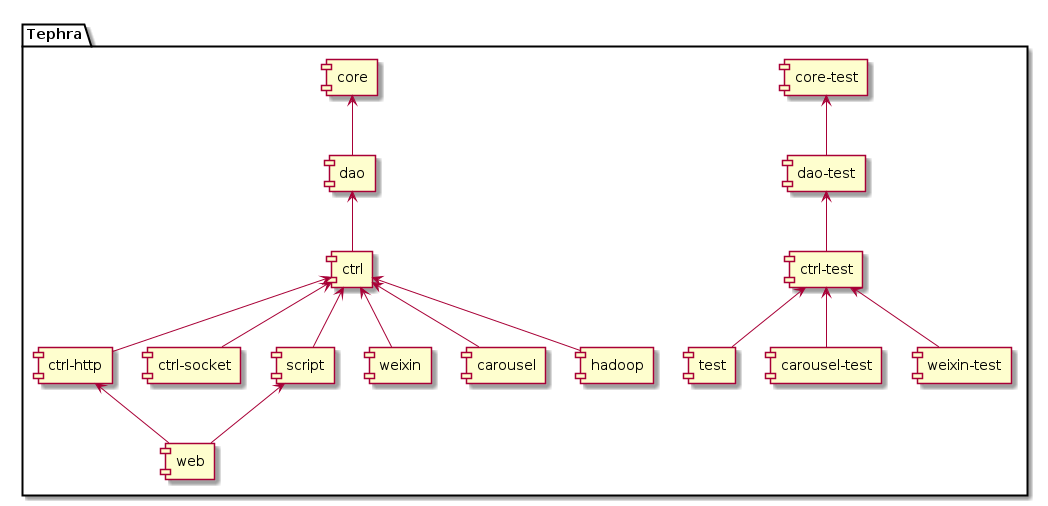
The PlantUML diagram doc/uml/front/first/module.png in wangscript007/tephra, before a commit.
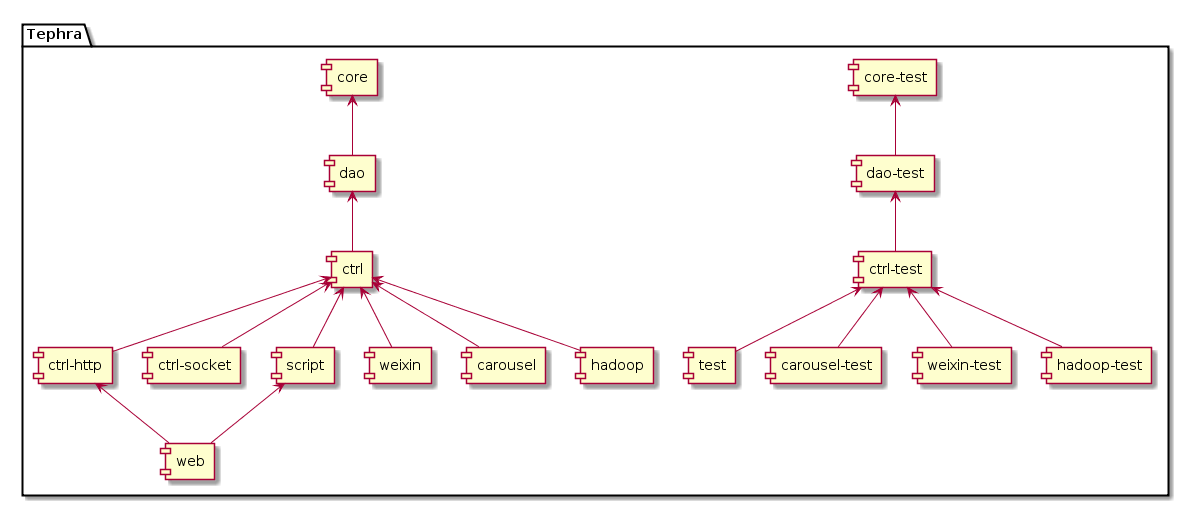
The same diagram one commit later.

The edit, as a diff of the source:
```diff
@@ -6,6 +6,7 @@
 [ctrl-test] <-- [test]
 [ctrl-test] <-- [carousel-test]
 [ctrl-test] <-- [weixin-test]
+[ctrl-test] <-- [hadoop-test]
 
 [core] <-- [dao]
 [dao] <-- [ctrl]
```
